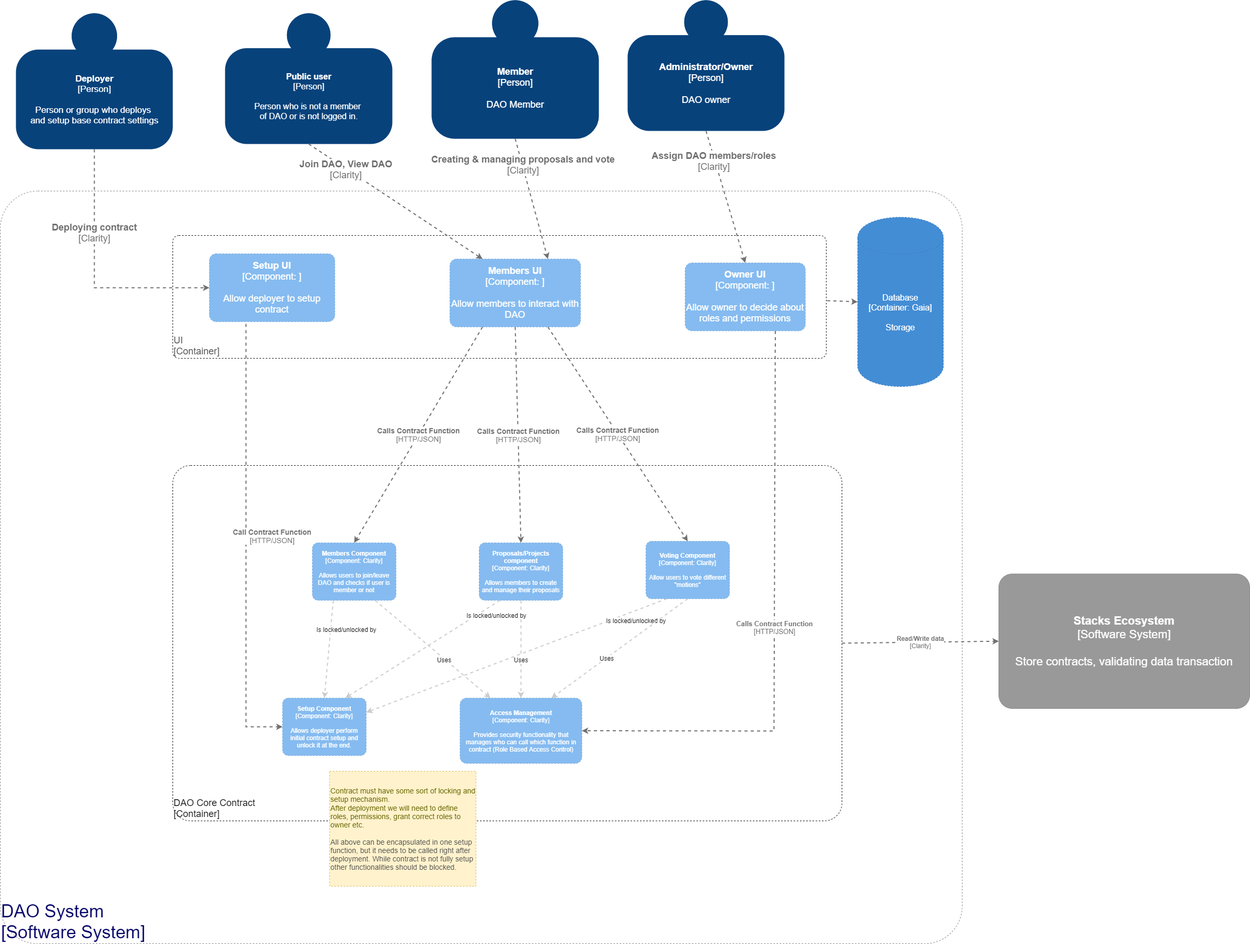
The draw.io diagram docs/DAO-1.2-layer3.png in syvita/daoos, before a commit. Source tidied: cells renumbered, new cells last; positions are measured from the earlier drawing's top-left corner, leaving out a move shared by most shapes.
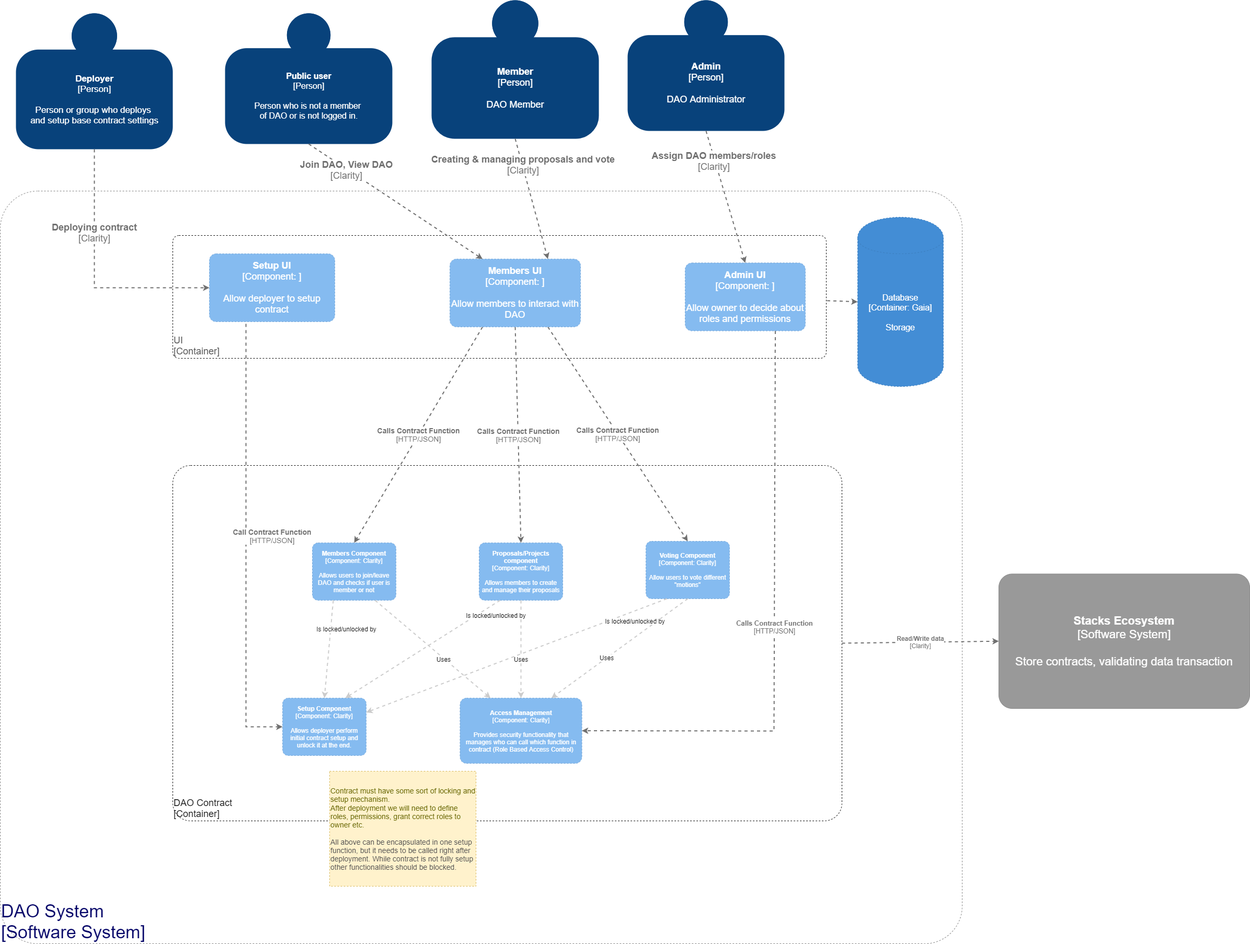
After the commit.

What changed in the source:
```diff
@@ -29,7 +29,7 @@
         <mxGeometry x="1910" y="1097.5" width="480" height="257.5" as="geometry" />
       </mxCell>
     </object>
-    <object id="7" label="&lt;div style=&quot;text-align: left; font-size: 18px;&quot;&gt;%c4Name%&lt;/div&gt;&lt;div style=&quot;text-align: left; font-size: 18px;&quot;&gt;[%c4Application%]&lt;/div&gt;" c4Application="Container" c4Name="DAO Core Contract" c4Type="ExecutionEnvironment" placeholders="1">
+    <object id="7" label="&lt;div style=&quot;text-align: left; font-size: 18px;&quot;&gt;%c4Name%&lt;/div&gt;&lt;div style=&quot;text-align: left; font-size: 18px;&quot;&gt;[%c4Application%]&lt;/div&gt;" c4Application="Container" c4Name="DAO Contract" c4Type="ExecutionEnvironment" placeholders="1">
       <mxCell style="rounded=1;whiteSpace=wrap;html=1;labelBackgroundColor=none;fillColor=#ffffff;fontColor=#000000;align=left;arcSize=5;strokeColor=#000000;verticalAlign=bottom;metaData={&quot;c4Type&quot;:{&quot;editable&quot;:false}};points=[[0.25,0,0],[0.5,0,0],[0.75,0,0],[1,0.25,0],[1,0.5,0],[1,0.75,0],[0.75,1,0],[0.5,1,0],[0.25,1,0],[0,0.75,0],[0,0.5,0],[0,0.25,0]];dashed=1;fontFamily=Helvetica;fontSize=18;" parent="1" vertex="1">
         <mxGeometry x="330" y="890" width="1280" height="680" as="geometry" />
       </mxCell>
@@ -153,7 +153,7 @@
         <mxGeometry x="860" y="495" width="250" height="130" as="geometry" />
       </mxCell>
     </object>
-    <object id="34" label="&lt;b&gt;%c4Name%&lt;/b&gt;&lt;div&gt;[%c4Type%: %c4Technology%]&lt;/div&gt;&lt;br&gt;&lt;div&gt;%c4Description%&lt;/div&gt;" c4Description="Allow owner to decide about roles and permissions" c4Name="Owner UI" c4Technology="" c4Type="Component" placeholders="1">
+    <object id="34" label="&lt;b&gt;%c4Name%&lt;/b&gt;&lt;div&gt;[%c4Type%: %c4Technology%]&lt;/div&gt;&lt;br&gt;&lt;div&gt;%c4Description%&lt;/div&gt;" c4Description="Allow owner to decide about roles and permissions" c4Name="Admin UI" c4Technology="" c4Type="Component" placeholders="1">
       <mxCell style="rounded=1;whiteSpace=wrap;html=1;labelBackgroundColor=none;fillColor=#85BBF0;fontColor=#ffffff;align=center;arcSize=10;strokeColor=#78A8D8;metaData={&quot;c4Type&quot;:{&quot;editable&quot;:false}};points=[[0.25,0,0],[0.5,0,0],[0.75,0,0],[1,0.25,0],[1,0.5,0],[1,0.75,0],[0.75,1,0],[0.5,1,0],[0.25,1,0],[0,0.75,0],[0,0.5,0],[0,0.25,0]];dashed=1;fontFamily=Helvetica;fontSize=18;" parent="1" vertex="1">
         <mxGeometry x="1310" y="502.5" width="230" height="130" as="geometry" />
       </mxCell>
@@ -163,7 +163,7 @@
         <mxGeometry x="30" y="25" width="300" height="260" as="geometry" />
       </mxCell>
     </object>
-    <object id="36" label="&lt;b style=&quot;font-size: 18px;&quot;&gt;%c4Name%&lt;/b&gt;&lt;div style=&quot;font-size: 18px;&quot;&gt;[%c4Type%]&lt;/div&gt;&lt;br style=&quot;font-size: 18px;&quot;&gt;&lt;div style=&quot;font-size: 18px;&quot;&gt;%c4Description%&lt;/div&gt;" c4Description="DAO owner" c4Name="Administrator/Owner" c4Type="Person" placeholders="1">
+    <object id="36" label="&lt;b style=&quot;font-size: 18px;&quot;&gt;%c4Name%&lt;/b&gt;&lt;div style=&quot;font-size: 18px;&quot;&gt;[%c4Type%]&lt;/div&gt;&lt;br style=&quot;font-size: 18px;&quot;&gt;&lt;div style=&quot;font-size: 18px;&quot;&gt;%c4Description%&lt;/div&gt;" c4Description="DAO Administrator" c4Name="Admin" c4Type="Person" placeholders="1">
       <mxCell style="html=1;dashed=0;whitespace=wrap;fillColor=#08427b;strokeColor=none;fontColor=#ffffff;shape=mxgraph.c4.person;align=center;points=[[0.5,0,0],[1,0.5,0],[1,0.75,0],[0.75,1,0],[0.5,1,0],[0.25,1,0],[0,0.75,0],[0,0.5,0]];metaData={&quot;c4Type&quot;:{&quot;editable&quot;:false}};fontSize=18;" parent="1" vertex="1">
         <mxGeometry x="1200" width="300" height="250" as="geometry" />
       </mxCell>
```
